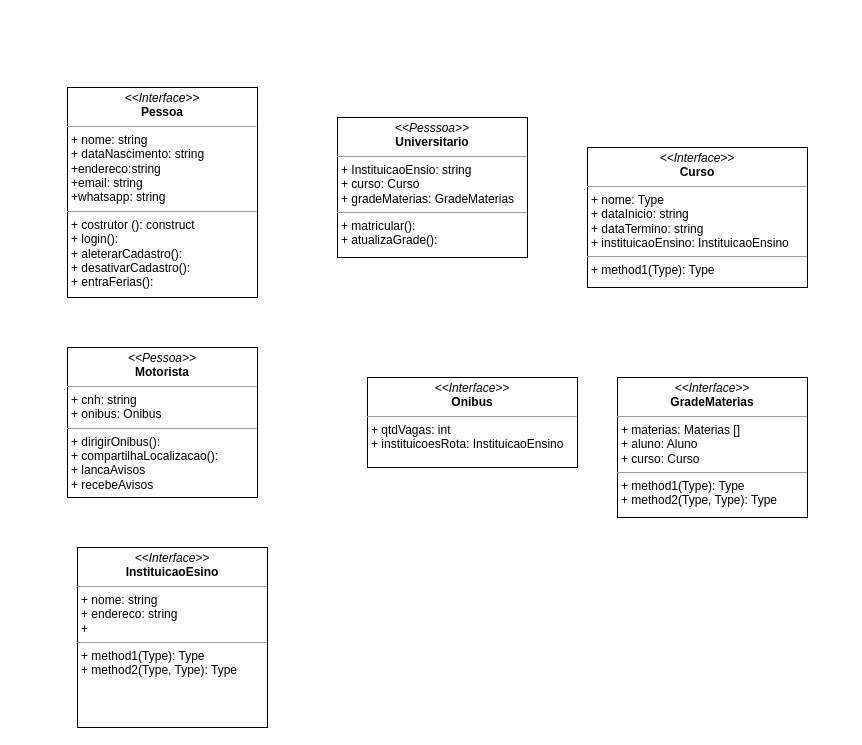
TarsisDev/UML keeps this draw.io diagram as ProgetoBus.drawio. Above is the earlier version. Source tidied: cells renumbered, new cells numbered last; positions are measured from the earlier drawing's top-left corner, leaving out a move shared by most shapes. Both pictures are drawn from the tidied source at 100%, with x=0, y=0 at pixel (67, 87).
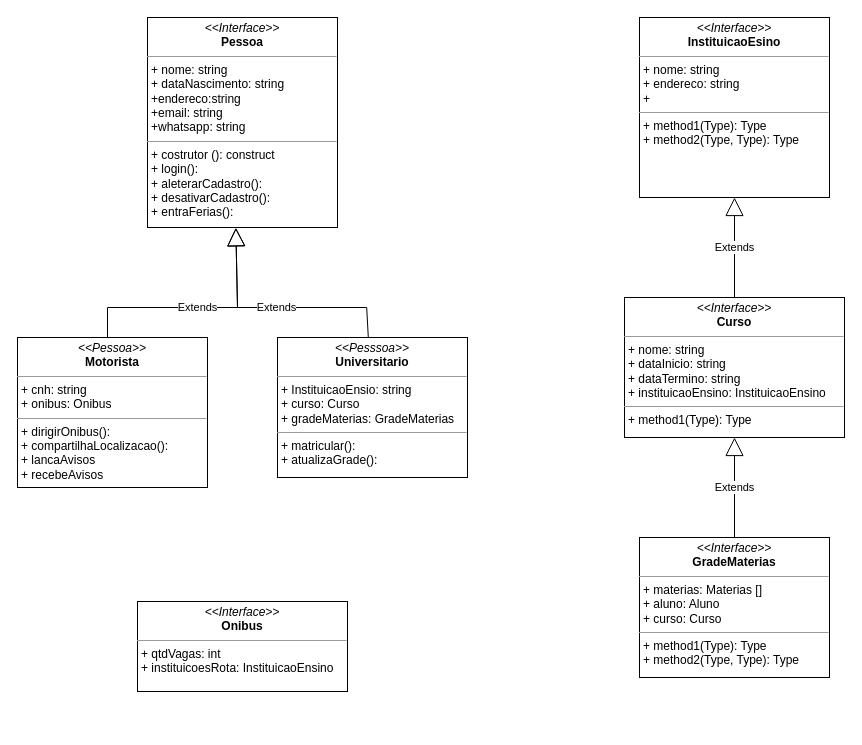
Above is the later version.

Diff of the diagram source:
```diff
@@
 <mxGraphModel>
   <root>
     <mxCell id="0" />
     <mxCell id="1" parent="0" />
     <mxCell id="2" value="&lt;p style=&quot;margin:0px;margin-top:4px;text-align:center;&quot;&gt;&lt;i&gt;&amp;lt;&amp;lt;Interface&amp;gt;&amp;gt;&lt;/i&gt;&lt;br&gt;&lt;b&gt;Pessoa&lt;/b&gt;&lt;/p&gt;&lt;hr size=&quot;1&quot;&gt;&lt;p style=&quot;margin:0px;margin-left:4px;&quot;&gt;+ nome: string&lt;br&gt;+ dataNascimento: string&lt;/p&gt;&lt;p style=&quot;margin:0px;margin-left:4px;&quot;&gt;+endereco:string&lt;/p&gt;&lt;p style=&quot;margin:0px;margin-left:4px;&quot;&gt;+email: string&lt;/p&gt;&lt;p style=&quot;margin:0px;margin-left:4px;&quot;&gt;+whatsapp: string&lt;/p&gt;&lt;hr size=&quot;1&quot;&gt;&lt;p style=&quot;margin:0px;margin-left:4px;&quot;&gt;+ costrutor (): construct&lt;br&gt;+ login():&lt;/p&gt;&lt;p style=&quot;margin:0px;margin-left:4px;&quot;&gt;+ aleterarCadastro():&lt;/p&gt;&lt;p style=&quot;margin:0px;margin-left:4px;&quot;&gt;+ desativarCadastro():&lt;/p&gt;&lt;p style=&quot;margin:0px;margin-left:4px;&quot;&gt;+ entraFerias():&lt;/p&gt;" style="verticalAlign=top;align=left;overflow=fill;fontSize=12;fontFamily=Helvetica;html=1;whiteSpace=wrap;" parent="1" vertex="1">
-      <mxGeometry width="190" height="210" as="geometry" />
+      <mxGeometry x="80" y="-70" width="190" height="210" as="geometry" />
     </mxCell>
     <mxCell id="3" value="&lt;p style=&quot;margin:0px;margin-top:4px;text-align:center;&quot;&gt;&lt;i&gt;&amp;lt;&amp;lt;Pesssoa&amp;gt;&amp;gt;&lt;/i&gt;&lt;br&gt;&lt;b&gt;Universitario&lt;/b&gt;&lt;/p&gt;&lt;hr size=&quot;1&quot;&gt;&lt;p style=&quot;margin:0px;margin-left:4px;&quot;&gt;+ InstituicaoEnsio: string&lt;br&gt;+ curso: Curso&lt;/p&gt;&lt;p style=&quot;margin:0px;margin-left:4px;&quot;&gt;+ gradeMaterias: GradeMaterias&lt;/p&gt;&lt;hr size=&quot;1&quot;&gt;&lt;p style=&quot;margin:0px;margin-left:4px;&quot;&gt;+ matricular():&amp;nbsp;&lt;br&gt;+ atualizaGrade():&lt;/p&gt;" style="verticalAlign=top;align=left;overflow=fill;fontSize=12;fontFamily=Helvetica;html=1;whiteSpace=wrap;" parent="1" vertex="1">
-      <mxGeometry x="270" y="30" width="190" height="140" as="geometry" />
+      <mxGeometry x="210" y="250" width="190" height="140" as="geometry" />
     </mxCell>
     <mxCell id="4" value="&lt;p style=&quot;margin:0px;margin-top:4px;text-align:center;&quot;&gt;&lt;i&gt;&amp;lt;&amp;lt;Pessoa&amp;gt;&amp;gt;&lt;/i&gt;&lt;br&gt;&lt;b&gt;Motorista&lt;/b&gt;&lt;/p&gt;&lt;hr size=&quot;1&quot;&gt;&lt;p style=&quot;margin:0px;margin-left:4px;&quot;&gt;+ cnh: string&lt;br&gt;+ onibus: Onibus&lt;/p&gt;&lt;hr size=&quot;1&quot;&gt;&lt;p style=&quot;margin:0px;margin-left:4px;&quot;&gt;+ dirigirOnibus():&lt;br&gt;+ compartilhaLocalizacao():&lt;/p&gt;&lt;p style=&quot;margin:0px;margin-left:4px;&quot;&gt;+ lancaAvisos&lt;/p&gt;&lt;p style=&quot;margin:0px;margin-left:4px;&quot;&gt;+ recebeAvisos&lt;/p&gt;" style="verticalAlign=top;align=left;overflow=fill;fontSize=12;fontFamily=Helvetica;html=1;whiteSpace=wrap;" parent="1" vertex="1">
-      <mxGeometry y="260" width="190" height="150" as="geometry" />
+      <mxGeometry x="-50" y="250" width="190" height="150" as="geometry" />
     </mxCell>
     <mxCell id="5" value="&lt;p style=&quot;margin:0px;margin-top:4px;text-align:center;&quot;&gt;&lt;i&gt;&amp;lt;&amp;lt;Interface&amp;gt;&amp;gt;&lt;/i&gt;&lt;br&gt;&lt;b&gt;Onibus&lt;/b&gt;&lt;/p&gt;&lt;hr size=&quot;1&quot;&gt;&lt;p style=&quot;margin:0px;margin-left:4px;&quot;&gt;+ qtdVagas: int&lt;br&gt;+ instituicoesRota: InstituicaoEnsino&lt;/p&gt;" style="verticalAlign=top;align=left;overflow=fill;fontSize=12;fontFamily=Helvetica;html=1;whiteSpace=wrap;" parent="1" vertex="1">
-      <mxGeometry x="300" y="290" width="210" height="90" as="geometry" />
+      <mxGeometry x="70" y="514" width="210" height="90" as="geometry" />
     </mxCell>
-    <mxCell id="6" value="&lt;p style=&quot;margin:0px;margin-top:4px;text-align:center;&quot;&gt;&lt;i&gt;&amp;lt;&amp;lt;Interface&amp;gt;&amp;gt;&lt;/i&gt;&lt;br&gt;&lt;b&gt;Curso&lt;/b&gt;&lt;/p&gt;&lt;hr size=&quot;1&quot;&gt;&lt;p style=&quot;margin:0px;margin-left:4px;&quot;&gt;+ nome: Type&lt;br&gt;+ dataInicio: string&lt;/p&gt;&lt;p style=&quot;margin:0px;margin-left:4px;&quot;&gt;+ dataTermino: string&lt;/p&gt;&lt;p style=&quot;margin:0px;margin-left:4px;&quot;&gt;+ instituicaoEnsino: InstituicaoEnsino&lt;/p&gt;&lt;hr size=&quot;1&quot;&gt;&lt;p style=&quot;margin:0px;margin-left:4px;&quot;&gt;+ method1(Type): Type&lt;br&gt;&lt;/p&gt;" style="verticalAlign=top;align=left;overflow=fill;fontSize=12;fontFamily=Helvetica;html=1;whiteSpace=wrap;" parent="1" vertex="1">
-      <mxGeometry x="520" y="60" width="220" height="140" as="geometry" />
+    <mxCell id="6" value="&lt;p style=&quot;margin:0px;margin-top:4px;text-align:center;&quot;&gt;&lt;i&gt;&amp;lt;&amp;lt;Interface&amp;gt;&amp;gt;&lt;/i&gt;&lt;br&gt;&lt;b&gt;Curso&lt;/b&gt;&lt;/p&gt;&lt;hr size=&quot;1&quot;&gt;&lt;p style=&quot;margin:0px;margin-left:4px;&quot;&gt;+ nome: string&lt;br&gt;+ dataInicio: string&lt;/p&gt;&lt;p style=&quot;margin:0px;margin-left:4px;&quot;&gt;+ dataTermino: string&lt;/p&gt;&lt;p style=&quot;margin:0px;margin-left:4px;&quot;&gt;+ instituicaoEnsino: InstituicaoEnsino&lt;/p&gt;&lt;hr size=&quot;1&quot;&gt;&lt;p style=&quot;margin:0px;margin-left:4px;&quot;&gt;+ method1(Type): Type&lt;br&gt;&lt;/p&gt;" style="verticalAlign=top;align=left;overflow=fill;fontSize=12;fontFamily=Helvetica;html=1;whiteSpace=wrap;" parent="1" vertex="1">
+      <mxGeometry x="557" y="210" width="220" height="140" as="geometry" />
     </mxCell>
     <mxCell id="7" value="&lt;p style=&quot;margin:0px;margin-top:4px;text-align:center;&quot;&gt;&lt;i&gt;&amp;lt;&amp;lt;Interface&amp;gt;&amp;gt;&lt;/i&gt;&lt;br&gt;&lt;b&gt;GradeMaterias&lt;/b&gt;&lt;/p&gt;&lt;hr size=&quot;1&quot;&gt;&lt;p style=&quot;margin:0px;margin-left:4px;&quot;&gt;+ materias: Materias []&lt;br&gt;+ aluno: Aluno&lt;/p&gt;&lt;p style=&quot;margin:0px;margin-left:4px;&quot;&gt;+ curso: Curso&lt;/p&gt;&lt;hr size=&quot;1&quot;&gt;&lt;p style=&quot;margin:0px;margin-left:4px;&quot;&gt;+ method1(Type): Type&lt;br&gt;+ method2(Type, Type): Type&lt;/p&gt;" style="verticalAlign=top;align=left;overflow=fill;fontSize=12;fontFamily=Helvetica;html=1;whiteSpace=wrap;" parent="1" vertex="1">
-      <mxGeometry x="550" y="290" width="190" height="140" as="geometry" />
+      <mxGeometry x="572" y="450" width="190" height="140" as="geometry" />
     </mxCell>
     <mxCell id="8" value="&lt;p style=&quot;margin:0px;margin-top:4px;text-align:center;&quot;&gt;&lt;i&gt;&amp;lt;&amp;lt;Interface&amp;gt;&amp;gt;&lt;/i&gt;&lt;br&gt;&lt;b&gt;InstituicaoEsino&lt;/b&gt;&lt;/p&gt;&lt;hr size=&quot;1&quot;&gt;&lt;p style=&quot;margin:0px;margin-left:4px;&quot;&gt;+ nome: string&lt;br&gt;+ endereco: string&lt;/p&gt;&lt;p style=&quot;margin:0px;margin-left:4px;&quot;&gt;+&lt;/p&gt;&lt;hr size=&quot;1&quot;&gt;&lt;p style=&quot;margin:0px;margin-left:4px;&quot;&gt;+ method1(Type): Type&lt;br&gt;+ method2(Type, Type): Type&lt;/p&gt;" style="verticalAlign=top;align=left;overflow=fill;fontSize=12;fontFamily=Helvetica;html=1;whiteSpace=wrap;" parent="1" vertex="1">
-      <mxGeometry x="10" y="460" width="190" height="180" as="geometry" />
+      <mxGeometry x="572" y="-70" width="190" height="180" as="geometry" />
     </mxCell>
+    <mxCell id="9" value="Extends" style="endArrow=block;endSize=16;endFill=0;html=1;rounded=0;entryX=0.465;entryY=1.002;entryDx=0;entryDy=0;entryPerimeter=0;" parent="1" edge="1" target="2">
+      <mxGeometry relative="1" as="geometry">
+        <mxPoint x="40" y="250" as="sourcePoint" />
+        <Array as="points">
+          <mxPoint x="40" y="220" />
+          <mxPoint x="170" y="220" />
+        </Array>
+      </mxGeometry>
+    </mxCell>
+    <mxCell id="10" value="Extends" style="endArrow=block;endSize=16;endFill=0;html=1;rounded=0;entryX=0.465;entryY=1.001;entryDx=0;entryDy=0;entryPerimeter=0;" parent="1" edge="1" target="2">
+      <mxGeometry relative="1" as="geometry">
+        <mxPoint x="300.8" y="250" as="sourcePoint" />
+        <Array as="points">
+          <mxPoint x="299.2" y="220" />
+          <mxPoint x="170" y="220" />
+        </Array>
+      </mxGeometry>
+    </mxCell>
+    <mxCell id="11" style="ellipse;whiteSpace=wrap;html=1;align=center;fillColor=none;strokeColor=none;perimeter=centerPerimeter;" parent="1" vertex="1">
+      <mxGeometry x="310" y="40" width="10" height="10" as="geometry" />
+    </mxCell>
+    <mxCell id="12" value="Extends" style="endArrow=block;endSize=16;endFill=0;html=1;rounded=0;entryX=0.5;entryY=1;entryDx=0;entryDy=0;" parent="1" edge="1" source="7" target="6">
+      <mxGeometry relative="1" as="geometry" />
+    </mxCell>
+    <mxCell id="13" value="Extends" style="endArrow=block;endSize=16;endFill=0;html=1;rounded=0;" parent="1" edge="1" source="6">
+      <mxGeometry relative="1" as="geometry">
+        <mxPoint x="667" y="110" as="targetPoint" />
+      </mxGeometry>
+    </mxCell>
   </root>
 </mxGraphModel>
```
